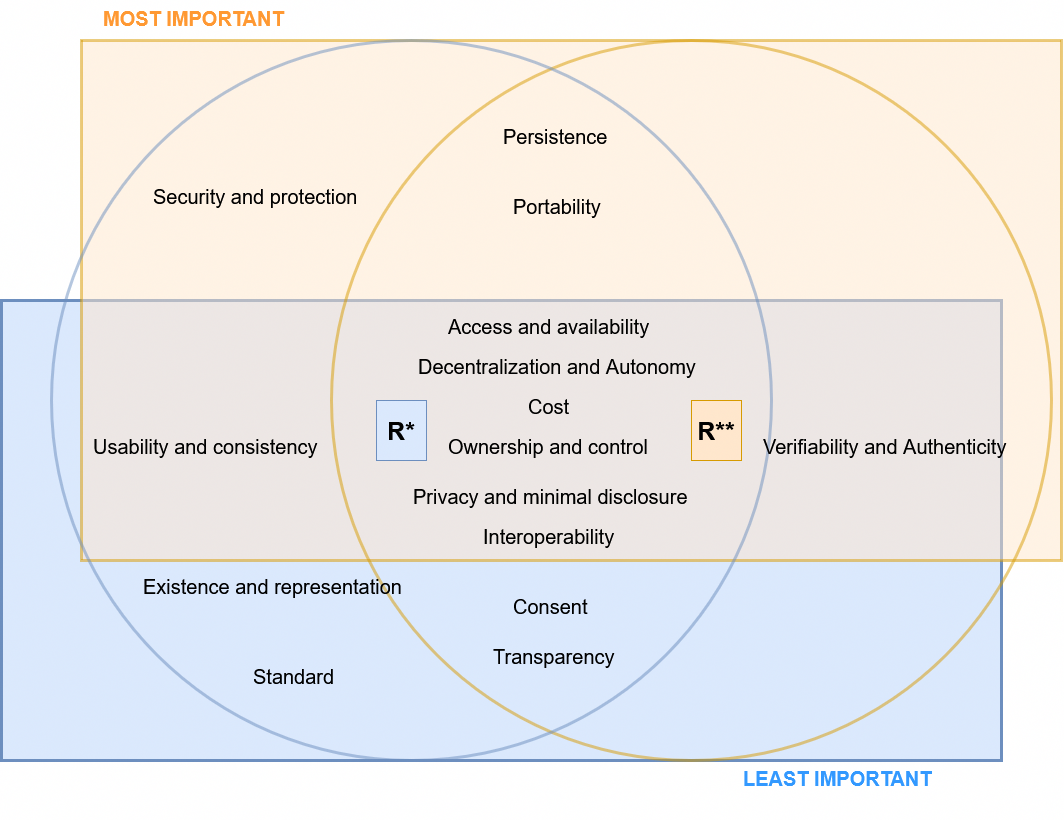
Above: definition/images/survey/ImportantProperties.png in cristianlepore/Self-Sovereign-Identity (draw.io), before the change. Source tidied: cells renumbered, new cells last; positions are measured from the earlier drawing's top-left corner, leaving out a move shared by most shapes.
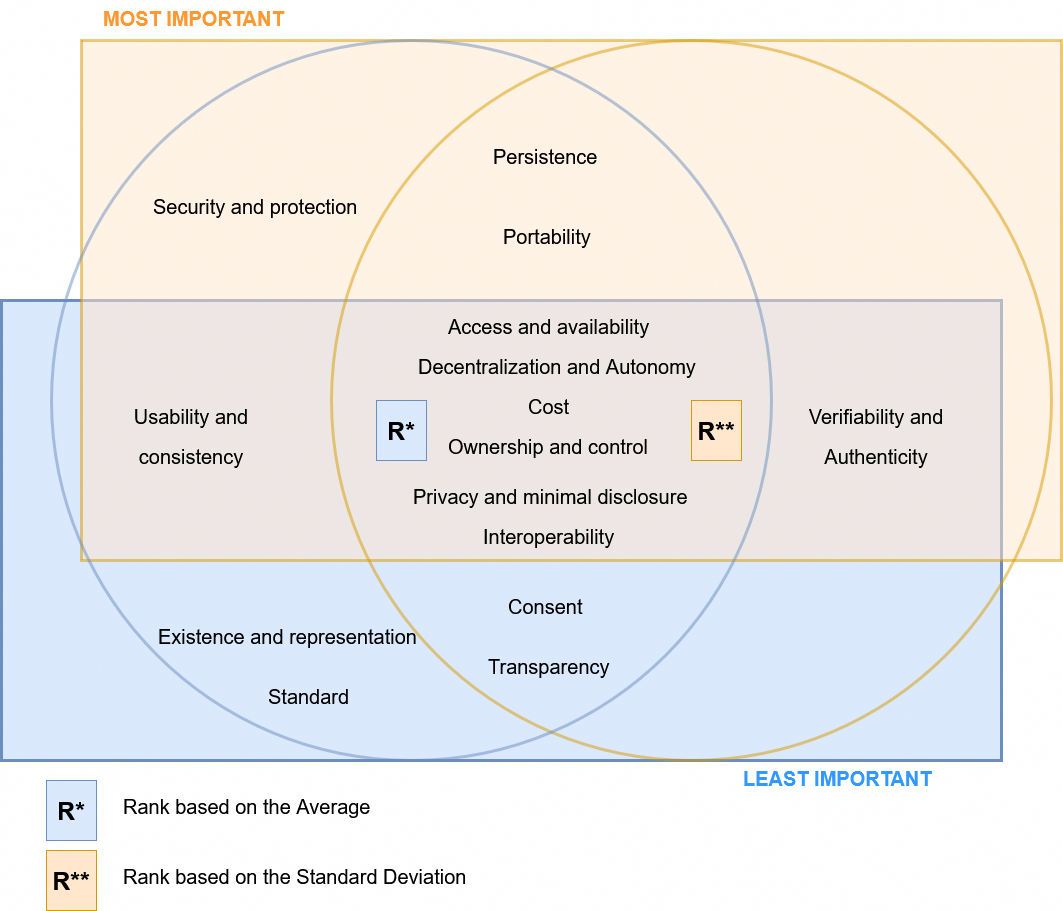
Above is the later version.

Change to the diagram source:
```diff
@@ -21,43 +21,43 @@
       <mxGeometry x="50" y="40" width="720" height="720" as="geometry" />
     </mxCell>
     <mxCell id="8" value="&lt;div style=&quot;line-height: 200%;&quot; align=&quot;right&quot;&gt;&lt;font style=&quot;font-size: 20px; line-height: 200%;&quot;&gt;Transparency&lt;/font&gt;&lt;/div&gt;" style="text;whiteSpace=wrap;html=1;" parent="1" vertex="1">
-      <mxGeometry x="490" y="630" width="160" height="60" as="geometry" />
+      <mxGeometry x="485" y="640" width="160" height="60" as="geometry" />
     </mxCell>
     <mxCell id="9" value="&lt;div style=&quot;line-height: 200%;&quot; align=&quot;right&quot;&gt;&lt;font style=&quot;font-size: 20px; line-height: 200%;&quot;&gt;Persistence&lt;/font&gt;&lt;/div&gt;" style="text;whiteSpace=wrap;html=1;" parent="1" vertex="1">
-      <mxGeometry x="500" y="110" width="140" height="60" as="geometry" />
+      <mxGeometry x="490" y="130" width="140" height="60" as="geometry" />
     </mxCell>
     <mxCell id="10" value="&lt;div style=&quot;line-height: 200%;&quot; align=&quot;right&quot;&gt;&lt;font style=&quot;font-size: 20px; line-height: 200%;&quot;&gt;Portability&lt;/font&gt;&lt;/div&gt;" style="text;whiteSpace=wrap;html=1;" parent="1" vertex="1">
-      <mxGeometry x="510" y="180" width="120" height="60" as="geometry" />
+      <mxGeometry x="500" y="210" width="120" height="60" as="geometry" />
     </mxCell>
     <mxCell id="11" value="&lt;div style=&quot;line-height: 200%;&quot; align=&quot;right&quot;&gt;&lt;font style=&quot;font-size: 20px; line-height: 200%;&quot;&gt;Interoperability&lt;/font&gt;&lt;/div&gt;" style="text;whiteSpace=wrap;html=1;" parent="1" vertex="1">
       <mxGeometry x="480" y="510" width="160" height="60" as="geometry" />
     </mxCell>
     <mxCell id="12" value="&lt;div style=&quot;line-height: 200%;&quot; align=&quot;right&quot;&gt;&lt;font style=&quot;font-size: 20px; line-height: 200%;&quot;&gt;Consent&lt;/font&gt;&lt;/div&gt;" style="text;whiteSpace=wrap;html=1;" parent="1" vertex="1">
-      <mxGeometry x="510" y="580" width="110" height="60" as="geometry" />
+      <mxGeometry x="505" y="580" width="110" height="60" as="geometry" />
     </mxCell>
     <mxCell id="13" value="&lt;div style=&quot;line-height: 200%;&quot; align=&quot;right&quot;&gt;&lt;font style=&quot;font-size: 20px; line-height: 200%;&quot;&gt;Security and protection&lt;/font&gt;&lt;/div&gt;" style="text;whiteSpace=wrap;html=1;" parent="1" vertex="1">
-      <mxGeometry x="150" y="170" width="240" height="60" as="geometry" />
+      <mxGeometry x="150" y="180" width="240" height="60" as="geometry" />
     </mxCell>
     <mxCell id="14" value="&lt;div style=&quot;line-height: 200%;&quot; align=&quot;right&quot;&gt;&lt;font style=&quot;font-size: 20px; line-height: 200%;&quot;&gt;Privacy and minimal disclosure&lt;/font&gt;&lt;/div&gt;" style="text;whiteSpace=wrap;html=1;" parent="1" vertex="1">
       <mxGeometry x="410" y="470" width="310" height="60" as="geometry" />
     </mxCell>
     <mxCell id="15" value="&lt;div style=&quot;line-height: 200%;&quot; align=&quot;right&quot;&gt;&lt;font style=&quot;font-size: 20px; line-height: 200%;&quot;&gt;Standard&lt;/font&gt;&lt;/div&gt;" style="text;whiteSpace=wrap;html=1;" parent="1" vertex="1">
-      <mxGeometry x="250" y="650" width="110" height="60" as="geometry" />
+      <mxGeometry x="265" y="670" width="110" height="60" as="geometry" />
     </mxCell>
     <mxCell id="16" value="&lt;div style=&quot;line-height: 200%;&quot; align=&quot;right&quot;&gt;&lt;font style=&quot;font-size: 20px; line-height: 200%;&quot;&gt;Cost&lt;/font&gt;&lt;/div&gt;" style="text;whiteSpace=wrap;html=1;" parent="1" vertex="1">
       <mxGeometry x="525" y="380" width="70" height="60" as="geometry" />
     </mxCell>
-    <mxCell id="17" value="&lt;div style=&quot;line-height: 200%;&quot; align=&quot;right&quot;&gt;&lt;font style=&quot;font-size: 20px; line-height: 200%;&quot;&gt;Usability and consistency&lt;/font&gt;&lt;/div&gt;" style="text;whiteSpace=wrap;html=1;" parent="1" vertex="1">
-      <mxGeometry x="90" y="420" width="260" height="60" as="geometry" />
+    <mxCell id="17" value="&lt;div align=&quot;center&quot; style=&quot;line-height: 200%;&quot;&gt;&lt;font style=&quot;font-size: 20px; line-height: 200%;&quot;&gt;Usability and consistency&lt;/font&gt;&lt;/div&gt;" style="text;whiteSpace=wrap;html=1;align=center;" parent="1" vertex="1">
+      <mxGeometry x="90" y="390" width="200" height="60" as="geometry" />
     </mxCell>
     <mxCell id="18" value="&lt;div style=&quot;line-height: 200%;&quot; align=&quot;right&quot;&gt;&lt;font style=&quot;font-size: 20px; line-height: 200%;&quot;&gt;Decentralization and Autonomy&lt;/font&gt;&lt;/div&gt;" style="text;whiteSpace=wrap;html=1;" parent="1" vertex="1">
       <mxGeometry x="415" y="340" width="310" height="60" as="geometry" />
     </mxCell>
-    <mxCell id="19" value="&lt;div style=&quot;line-height: 200%;&quot; align=&quot;right&quot;&gt;&lt;font style=&quot;font-size: 20px; line-height: 200%;&quot;&gt;Verifiability and Authenticity&lt;/font&gt;&lt;/div&gt;" style="text;whiteSpace=wrap;html=1;" parent="1" vertex="1">
-      <mxGeometry x="760" y="420" width="280" height="60" as="geometry" />
+    <mxCell id="19" value="&lt;div style=&quot;line-height: 200%;&quot;&gt;&lt;font style=&quot;font-size: 20px; line-height: 200%;&quot;&gt;Verifiability and Authenticity&lt;/font&gt;&lt;/div&gt;" style="text;whiteSpace=wrap;html=1;align=center;" parent="1" vertex="1">
+      <mxGeometry x="760" y="390" width="230" height="60" as="geometry" />
     </mxCell>
-    <mxCell id="20" value="&lt;div style=&quot;line-height: 200%;&quot; align=&quot;right&quot;&gt;&lt;font style=&quot;font-size: 20px; line-height: 200%;&quot;&gt;Existence and representation&lt;/font&gt;&lt;/div&gt;" style="text;whiteSpace=wrap;html=1;" parent="1" vertex="1">
-      <mxGeometry x="140" y="560" width="290" height="60" as="geometry" />
+    <mxCell id="20" value="&lt;div style=&quot;line-height: 200%;&quot; align=&quot;right&quot;&gt;&lt;font style=&quot;font-size: 20px; line-height: 200%;&quot;&gt;Rank based on the Standard Deviation&lt;/font&gt;&lt;/div&gt;" style="text;whiteSpace=wrap;html=1;" parent="1" vertex="1">
+      <mxGeometry x="120" y="850" width="400" height="60" as="geometry" />
     </mxCell>
     <mxCell id="21" value="&lt;div style=&quot;line-height: 200%;&quot; align=&quot;right&quot;&gt;&lt;span style=&quot;color: rgb(255, 153, 51);&quot;&gt;&lt;b&gt;&lt;font style=&quot;font-size: 20px;&quot;&gt;MOST IMPORTANT&lt;/font&gt;&lt;/b&gt;&lt;/span&gt;&lt;br&gt;&lt;/div&gt;" style="text;whiteSpace=wrap;html=1;" parent="1" vertex="1">
       <mxGeometry x="100" width="240" height="60" as="geometry" />
@@ -71,5 +71,17 @@
     <mxCell id="24" value="&lt;font style=&quot;font-size: 25px;&quot;&gt;&lt;b&gt;R**&lt;/b&gt;&lt;/font&gt;" style="rounded=0;whiteSpace=wrap;html=1;fillColor=#ffe6cc;strokeColor=#d79b00;" parent="1" vertex="1">
       <mxGeometry x="690" y="400" width="50" height="60" as="geometry" />
     </mxCell>
+    <mxCell id="25" value="&lt;b&gt;&lt;font style=&quot;font-size: 25px;&quot;&gt;R*&lt;/font&gt;&lt;/b&gt;" style="rounded=0;whiteSpace=wrap;html=1;fillColor=#dae8fc;strokeColor=#6c8ebf;" parent="1" vertex="1">
+      <mxGeometry x="45" y="780" width="50" height="60" as="geometry" />
+    </mxCell>
+    <mxCell id="26" value="&lt;font style=&quot;font-size: 25px;&quot;&gt;&lt;b&gt;R**&lt;/b&gt;&lt;/font&gt;" style="rounded=0;whiteSpace=wrap;html=1;fillColor=#ffe6cc;strokeColor=#d79b00;" parent="1" vertex="1">
+      <mxGeometry x="45" y="850" width="50" height="60" as="geometry" />
+    </mxCell>
+    <mxCell id="27" value="&lt;div style=&quot;line-height: 200%;&quot; align=&quot;right&quot;&gt;&lt;font style=&quot;font-size: 20px; line-height: 200%;&quot;&gt;Rank based on the Average&lt;/font&gt;&lt;/div&gt;" style="text;whiteSpace=wrap;html=1;" parent="1" vertex="1">
+      <mxGeometry x="120" y="780" width="290" height="60" as="geometry" />
+    </mxCell>
+    <mxCell id="28" value="&lt;div style=&quot;line-height: 200%;&quot; align=&quot;right&quot;&gt;&lt;font style=&quot;font-size: 20px; line-height: 200%;&quot;&gt;Existence and representation&lt;/font&gt;&lt;/div&gt;" style="text;whiteSpace=wrap;html=1;" parent="1" vertex="1">
+      <mxGeometry x="155" y="610" width="290" height="60" as="geometry" />
+    </mxCell>
   </root>
 </mxGraphModel>
```
